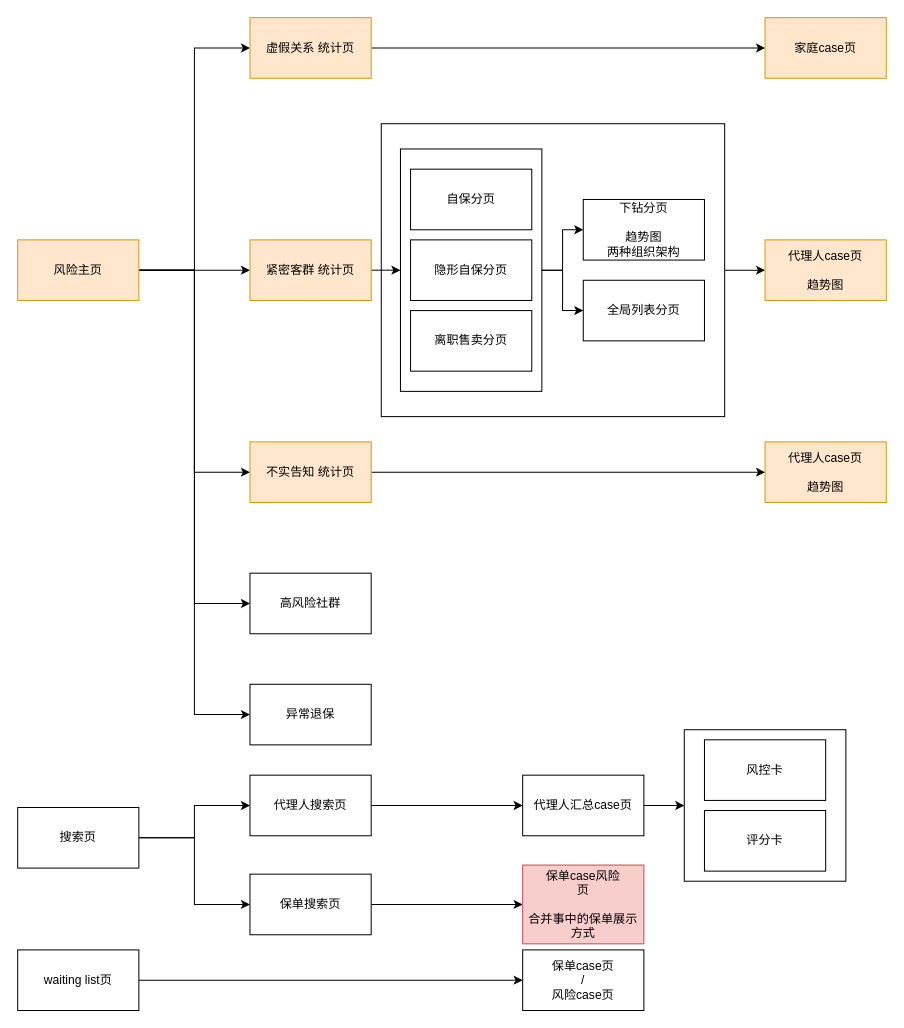
XiaoLiuAI/diagrams keeps this draw.io diagram as page "总体逻辑" (10 of 11) of 友邦/ux.drawio. Above is the earlier version. Source tidied: cells renumbered, new cells numbered last; positions are measured from the earlier drawing's top-left corner, leaving out a move shared by most shapes. Both pictures are drawn from the tidied source at 101%, with x=0, y=0 at pixel (17, 17).
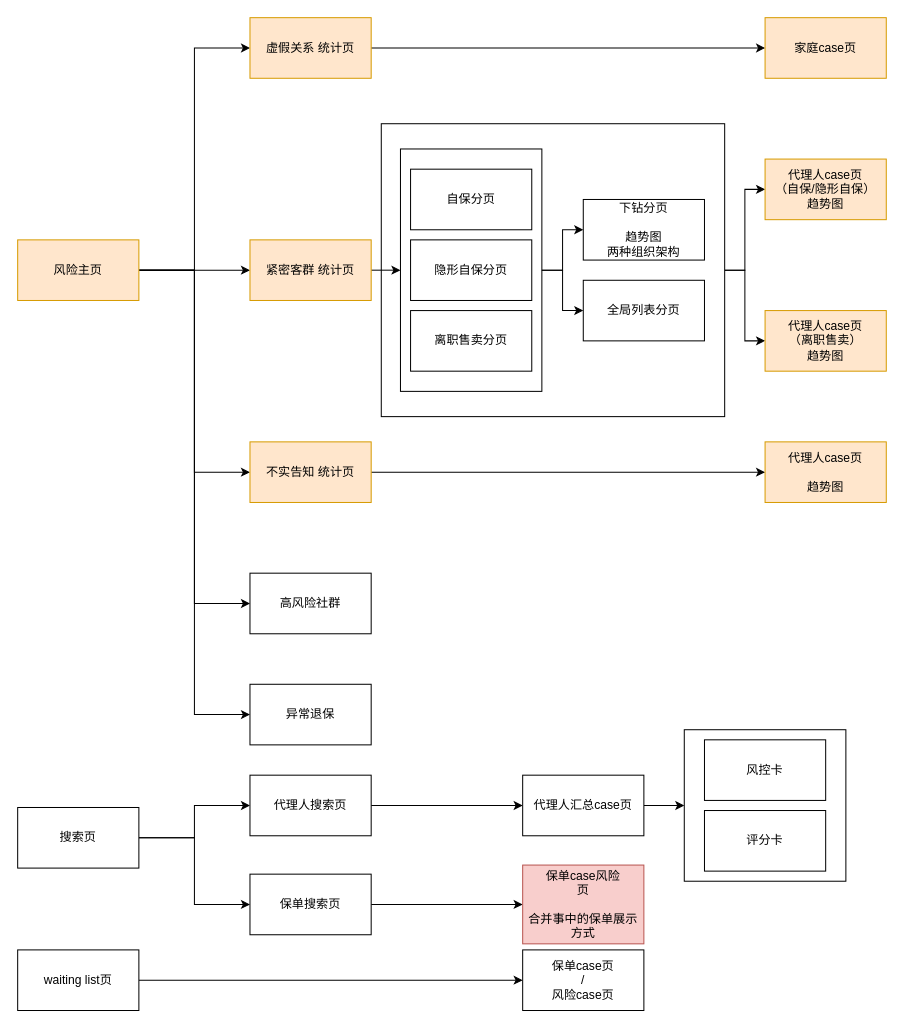
The same diagram, later.

The change refers to these unchanged cells:
```xml
<mxCell id="3" style="rounded=0;whiteSpace=wrap;html=1;" parent="1" vertex="1">
  <mxGeometry x="360" y="105" width="340" height="290" as="geometry" />
</mxCell>
```

Diff of the diagram source:
```diff
@@
+    <mxCell id="47" style="edgeStyle=orthogonalEdgeStyle;rounded=0;jettySize=auto;html=1;exitX=1;exitY=0.5;exitDx=0;exitDy=0;" parent="1" edge="1" source="3" target="48">
+      <mxGeometry relative="1" as="geometry" />
+    </mxCell>
@@
-    <mxCell id="24" value="代理人case页&lt;br&gt;&lt;br&gt;趋势图" style="rounded=0;whiteSpace=wrap;html=1;fillColor=#ffe6cc;strokeColor=#d79b00;" parent="1" vertex="1">
-      <mxGeometry x="740" y="220" width="120" height="60" as="geometry" />
+    <mxCell id="24" value="代理人case页&lt;br&gt;（自保/隐形自保）&lt;br&gt;趋势图" style="rounded=0;whiteSpace=wrap;html=1;fillColor=#ffe6cc;strokeColor=#d79b00;" parent="1" vertex="1">
+      <mxGeometry x="740" y="140" width="120" height="60" as="geometry" />
     </mxCell>
@@
+    <mxCell id="48" value="代理人case页&lt;br&gt;（离职售卖）&lt;br&gt;趋势图" style="rounded=0;whiteSpace=wrap;html=1;fillColor=#ffe6cc;strokeColor=#d79b00;" parent="1" vertex="1">
+      <mxGeometry x="740" y="290" width="120" height="60" as="geometry" />
+    </mxCell>
```
